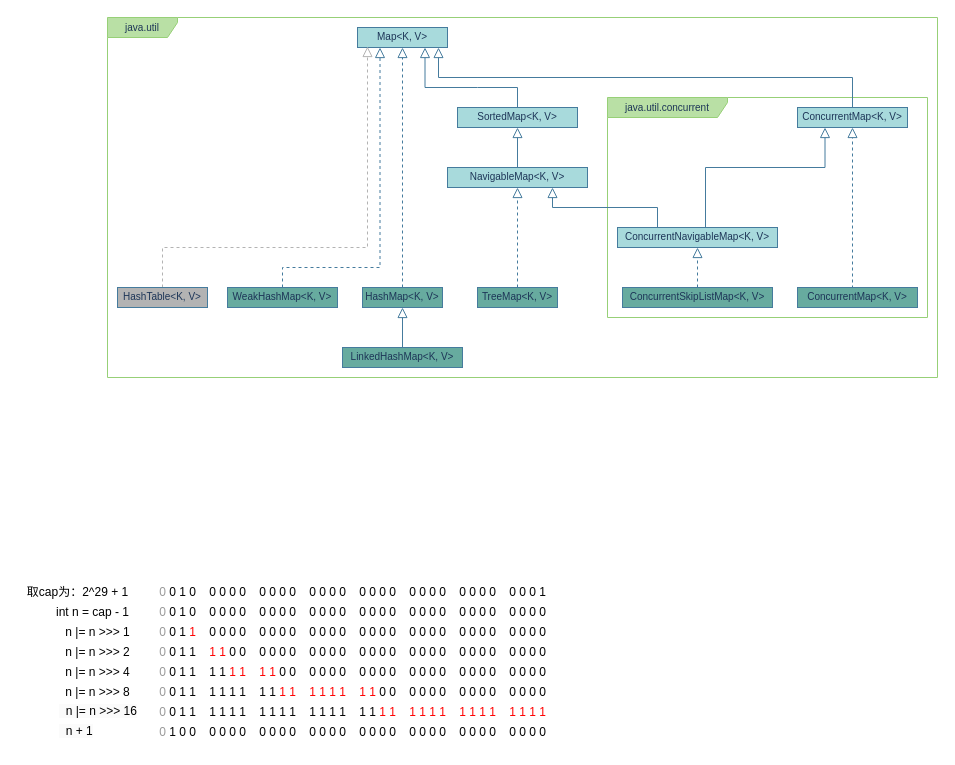
shanhm1991/shanhm1991.github.io keeps this draw.io diagram as page "Map" (2 of 2) of drawio/collection.drawio. Above is the earlier version. Source tidied: cells renumbered, new cells numbered last; positions are measured from the earlier drawing's top-left corner, leaving out a move shared by most shapes. Both pictures are drawn from the tidied source at 100%, with x=0, y=0 at pixel (17, 17).
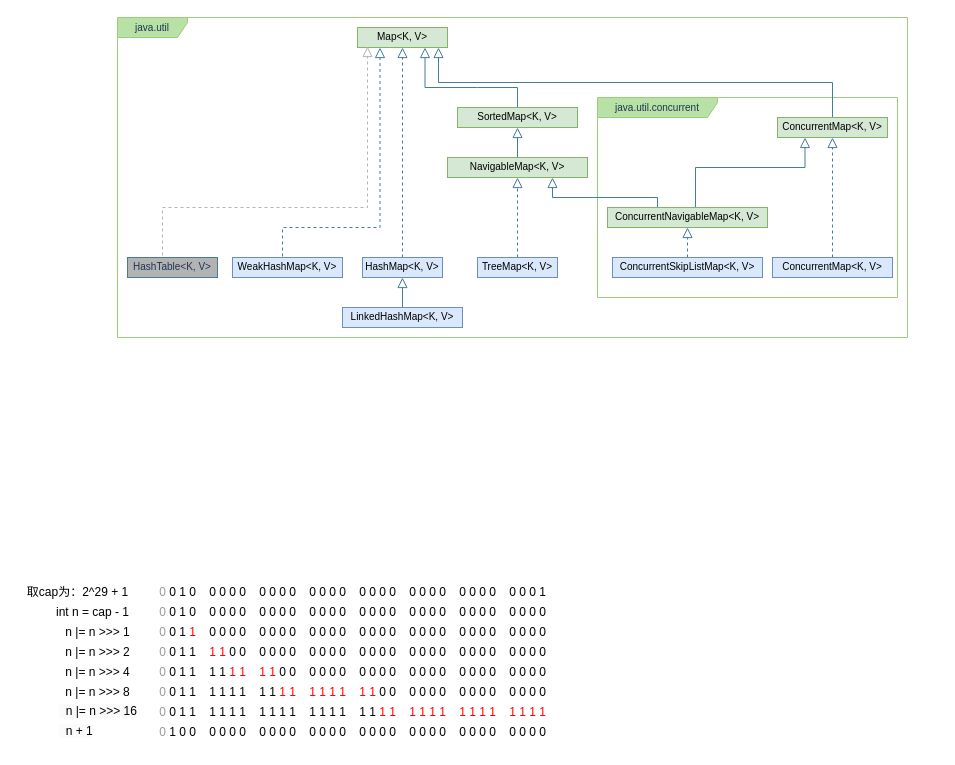
The same page after the edit.

Diff of the diagram source:
```diff
@@
     <mxCell id="2" value="java.util" style="shape=umlFrame;whiteSpace=wrap;html=1;rounded=0;sketch=0;fontColor=#1D3557;align=center;width=70;height=20;fillColor=#B9E0A5;strokeColor=#97D077;fontSize=10;fontStyle=0;" parent="1" vertex="1">
-      <mxGeometry x="90" width="830" height="360" as="geometry" />
+      <mxGeometry x="100" width="790" height="320" as="geometry" />
     </mxCell>
     <mxCell id="3" value="java.util.concurrent" style="shape=umlFrame;whiteSpace=wrap;html=1;rounded=0;sketch=0;fontColor=#1D3557;align=center;width=120;height=20;fillColor=#B9E0A5;strokeColor=#97D077;fontSize=10;fontStyle=0;" parent="1" vertex="1">
-      <mxGeometry x="590" y="80" width="320" height="220" as="geometry" />
+      <mxGeometry x="580" y="80" width="300" height="200" as="geometry" />
     </mxCell>
@@
-    <mxCell id="5" value="&lt;p style=&quot;margin: 4px 0px 0px; font-size: 10px;&quot;&gt;&lt;span style=&quot;font-size: 10px;&quot;&gt;HashMap&amp;lt;K, V&amp;gt;&lt;/span&gt;&lt;/p&gt;" style="verticalAlign=middle;align=center;overflow=fill;fontSize=10;fontFamily=Helvetica;html=1;strokeColor=#457B9D;fontColor=#1D3557;fillColor=#67AB9F;fontStyle=0;" parent="1" vertex="1">
-      <mxGeometry x="345" y="270" width="80" height="20" as="geometry" />
+    <mxCell id="5" value="&lt;p style=&quot;margin: 4px 0px 0px; font-size: 10px;&quot;&gt;&lt;span style=&quot;font-size: 10px;&quot;&gt;HashMap&amp;lt;K, V&amp;gt;&lt;/span&gt;&lt;/p&gt;" style="verticalAlign=middle;align=center;overflow=fill;fontSize=10;fontFamily=Helvetica;html=1;strokeColor=#6c8ebf;fillColor=#dae8fc;fontStyle=0;" parent="1" vertex="1">
+      <mxGeometry x="345" y="240" width="80" height="20" as="geometry" />
     </mxCell>
-    <mxCell id="6" value="&lt;p style=&quot;margin: 4px 0px 0px; font-size: 10px;&quot;&gt;&lt;span style=&quot;font-size: 10px;&quot;&gt;Map&amp;lt;K, V&amp;gt;&lt;/span&gt;&lt;/p&gt;" style="verticalAlign=middle;align=center;overflow=fill;fontSize=10;fontFamily=Helvetica;html=1;fillColor=#A8DADC;strokeColor=#457B9D;fontColor=#1D3557;fontStyle=0;" parent="1" vertex="1">
+    <mxCell id="6" value="&lt;p style=&quot;margin: 4px 0px 0px; font-size: 10px;&quot;&gt;&lt;span style=&quot;font-size: 10px;&quot;&gt;Map&amp;lt;K, V&amp;gt;&lt;/span&gt;&lt;/p&gt;" style="verticalAlign=middle;align=center;overflow=fill;fontSize=10;fontFamily=Helvetica;html=1;fillColor=#d5e8d4;strokeColor=#82b366;fontStyle=0;" parent="1" vertex="1">
       <mxGeometry x="340" y="10" width="90" height="20" as="geometry" />
     </mxCell>
@@
-    <mxCell id="8" value="&lt;p style=&quot;margin: 4px 0px 0px; font-size: 10px;&quot;&gt;&lt;span style=&quot;font-size: 10px;&quot;&gt;SortedMap&amp;lt;K, V&amp;gt;&lt;/span&gt;&lt;/p&gt;" style="verticalAlign=middle;align=center;overflow=fill;fontSize=10;fontFamily=Helvetica;html=1;fillColor=#A8DADC;strokeColor=#457B9D;fontColor=#1D3557;fontStyle=0;" parent="1" vertex="1">
+    <mxCell id="8" value="&lt;p style=&quot;margin: 4px 0px 0px; font-size: 10px;&quot;&gt;&lt;span style=&quot;font-size: 10px;&quot;&gt;SortedMap&amp;lt;K, V&amp;gt;&lt;/span&gt;&lt;/p&gt;" style="verticalAlign=middle;align=center;overflow=fill;fontSize=10;fontFamily=Helvetica;html=1;fillColor=#d5e8d4;strokeColor=#82b366;fontStyle=0;" parent="1" vertex="1">
       <mxGeometry x="440" y="90" width="120" height="20" as="geometry" />
     </mxCell>
@@
-    <mxCell id="10" value="&lt;p style=&quot;margin: 4px 0px 0px; font-size: 10px;&quot;&gt;&lt;span style=&quot;font-size: 10px;&quot;&gt;NavigableMap&amp;lt;K, V&amp;gt;&lt;/span&gt;&lt;/p&gt;" style="verticalAlign=middle;align=center;overflow=fill;fontSize=10;fontFamily=Helvetica;html=1;fillColor=#A8DADC;strokeColor=#457B9D;fontColor=#1D3557;fontStyle=0;" parent="1" vertex="1">
-      <mxGeometry x="430" y="150" width="140" height="20" as="geometry" />
+    <mxCell id="10" value="&lt;p style=&quot;margin: 4px 0px 0px; font-size: 10px;&quot;&gt;&lt;span style=&quot;font-size: 10px;&quot;&gt;NavigableMap&amp;lt;K, V&amp;gt;&lt;/span&gt;&lt;/p&gt;" style="verticalAlign=middle;align=center;overflow=fill;fontSize=10;fontFamily=Helvetica;html=1;fillColor=#d5e8d4;strokeColor=#82b366;fontStyle=0;" parent="1" vertex="1">
+      <mxGeometry x="430" y="140" width="140" height="20" as="geometry" />
     </mxCell>
@@
-    <mxCell id="12" value="&lt;p style=&quot;margin: 4px 0px 0px; font-size: 10px;&quot;&gt;&lt;span style=&quot;font-size: 10px;&quot;&gt;TreeMap&amp;lt;K, V&amp;gt;&lt;/span&gt;&lt;/p&gt;" style="verticalAlign=middle;align=center;overflow=fill;fontSize=10;fontFamily=Helvetica;html=1;strokeColor=#457B9D;fontColor=#1D3557;fillColor=#67AB9F;fontStyle=0;" parent="1" vertex="1">
-      <mxGeometry x="460" y="270" width="80" height="20" as="geometry" />
+    <mxCell id="12" value="&lt;p style=&quot;margin: 4px 0px 0px; font-size: 10px;&quot;&gt;&lt;span style=&quot;font-size: 10px;&quot;&gt;TreeMap&amp;lt;K, V&amp;gt;&lt;/span&gt;&lt;/p&gt;" style="verticalAlign=middle;align=center;overflow=fill;fontSize=10;fontFamily=Helvetica;html=1;strokeColor=#6c8ebf;fillColor=#dae8fc;fontStyle=0;" parent="1" vertex="1">
+      <mxGeometry x="460" y="240" width="80" height="20" as="geometry" />
     </mxCell>
@@
-    <mxCell id="14" value="&lt;p style=&quot;margin: 4px 0px 0px; font-size: 10px;&quot;&gt;&lt;span style=&quot;font-size: 10px;&quot;&gt;LinkedHashMap&amp;lt;K, V&amp;gt;&lt;/span&gt;&lt;/p&gt;" style="verticalAlign=middle;align=center;overflow=fill;fontSize=10;fontFamily=Helvetica;html=1;strokeColor=#457B9D;fontColor=#1D3557;fillColor=#67AB9F;fontStyle=0;" parent="1" vertex="1">
-      <mxGeometry x="325" y="330" width="120" height="20" as="geometry" />
+    <mxCell id="14" value="&lt;p style=&quot;margin: 4px 0px 0px; font-size: 10px;&quot;&gt;&lt;span style=&quot;font-size: 10px;&quot;&gt;LinkedHashMap&amp;lt;K, V&amp;gt;&lt;/span&gt;&lt;/p&gt;" style="verticalAlign=middle;align=center;overflow=fill;fontSize=10;fontFamily=Helvetica;html=1;strokeColor=#6c8ebf;fillColor=#dae8fc;fontStyle=0;" parent="1" vertex="1">
+      <mxGeometry x="325" y="290" width="120" height="20" as="geometry" />
     </mxCell>
     <mxCell id="15" style="edgeStyle=orthogonalEdgeStyle;rounded=0;jettySize=auto;html=1;exitX=0.5;exitY=0;exitDx=0;exitDy=0;entryX=0.25;entryY=1;entryDx=0;entryDy=0;endSize=8;endArrow=block;endFill=0;dashed=1;labelBackgroundColor=#F1FAEE;strokeColor=#457B9D;fontColor=#1D3557;fontSize=10;fontStyle=0;" parent="1" edge="1" source="16" target="6">
       <mxGeometry relative="1" as="geometry">
         <Array as="points">
-          <mxPoint x="265" y="250" />
-          <mxPoint x="363" y="250" />
+          <mxPoint x="265" y="210" />
+          <mxPoint x="363" y="210" />
         </Array>
       </mxGeometry>
     </mxCell>
-    <mxCell id="16" value="&lt;p style=&quot;margin: 4px 0px 0px; font-size: 10px;&quot;&gt;&lt;span style=&quot;font-size: 10px;&quot;&gt;WeakHashMap&amp;lt;K, V&amp;gt;&lt;/span&gt;&lt;/p&gt;" style="verticalAlign=middle;align=center;overflow=fill;fontSize=10;fontFamily=Helvetica;html=1;strokeColor=#457B9D;fontColor=#1D3557;fillColor=#67AB9F;fontStyle=0;" parent="1" vertex="1">
-      <mxGeometry x="210" y="270" width="110" height="20" as="geometry" />
+    <mxCell id="16" value="&lt;p style=&quot;margin: 4px 0px 0px; font-size: 10px;&quot;&gt;&lt;span style=&quot;font-size: 10px;&quot;&gt;WeakHashMap&amp;lt;K, V&amp;gt;&lt;/span&gt;&lt;/p&gt;" style="verticalAlign=middle;align=center;overflow=fill;fontSize=10;fontFamily=Helvetica;html=1;strokeColor=#6c8ebf;fillColor=#dae8fc;fontStyle=0;" parent="1" vertex="1">
+      <mxGeometry x="215" y="240" width="110" height="20" as="geometry" />
     </mxCell>
     <mxCell id="17" style="edgeStyle=orthogonalEdgeStyle;rounded=0;jettySize=auto;html=1;exitX=0.5;exitY=0;exitDx=0;exitDy=0;endArrow=block;endFill=0;endSize=8;dashed=1;entryX=0.111;entryY=0.95;entryDx=0;entryDy=0;entryPerimeter=0;labelBackgroundColor=#F1FAEE;fontColor=#1D3557;strokeColor=#B3B3B3;fontSize=10;fontStyle=0;" parent="1" edge="1" source="18" target="6">
       <mxGeometry relative="1" as="geometry">
         <Array as="points">
-          <mxPoint x="145" y="230" />
-          <mxPoint x="350" y="230" />
+          <mxPoint x="145" y="190" />
+          <mxPoint x="350" y="190" />
         </Array>
       </mxGeometry>
     </mxCell>
     <mxCell id="18" value="&lt;p style=&quot;margin: 4px 0px 0px; font-size: 10px;&quot;&gt;&lt;span style=&quot;font-size: 10px;&quot;&gt;HashTable&amp;lt;K, V&amp;gt;&lt;/span&gt;&lt;/p&gt;" style="verticalAlign=middle;align=center;overflow=fill;fontSize=10;fontFamily=Helvetica;html=1;strokeColor=#457B9D;fontColor=#1D3557;fillColor=#B3B3B3;fontStyle=0;" parent="1" vertex="1">
-      <mxGeometry x="100" y="270" width="90" height="20" as="geometry" />
+      <mxGeometry x="110" y="240" width="90" height="20" as="geometry" />
     </mxCell>
@@
-    <mxCell id="20" value="&lt;p style=&quot;margin: 4px 0px 0px; font-size: 10px;&quot;&gt;&lt;span style=&quot;font-size: 10px;&quot;&gt;ConcurrentMap&amp;lt;K, V&amp;gt;&lt;/span&gt;&lt;/p&gt;" style="verticalAlign=middle;align=center;overflow=fill;fontSize=10;fontFamily=Helvetica;html=1;fillColor=#A8DADC;strokeColor=#457B9D;fontColor=#1D3557;fontStyle=0;" parent="1" vertex="1">
-      <mxGeometry x="780" y="90" width="110" height="20" as="geometry" />
+    <mxCell id="20" value="&lt;p style=&quot;margin: 4px 0px 0px; font-size: 10px;&quot;&gt;&lt;span style=&quot;font-size: 10px;&quot;&gt;ConcurrentMap&amp;lt;K, V&amp;gt;&lt;/span&gt;&lt;/p&gt;" style="verticalAlign=middle;align=center;overflow=fill;fontSize=10;fontFamily=Helvetica;html=1;fillColor=#d5e8d4;strokeColor=#82b366;fontStyle=0;" parent="1" vertex="1">
+      <mxGeometry x="760" y="100" width="110" height="20" as="geometry" />
     </mxCell>
     <mxCell id="21" style="edgeStyle=orthogonalEdgeStyle;rounded=0;sketch=0;jettySize=auto;html=1;exitX=0.25;exitY=0;exitDx=0;exitDy=0;entryX=0.75;entryY=1;entryDx=0;entryDy=0;labelBackgroundColor=#F1FAEE;strokeColor=#457B9D;fontColor=#1D3557;endArrow=block;endFill=0;endSize=8;fontSize=10;fontStyle=0;" parent="1" edge="1" source="23" target="10">
       <mxGeometry relative="1" as="geometry">
         <Array as="points">
-          <mxPoint x="640" y="190" />
-          <mxPoint x="535" y="190" />
+          <mxPoint x="640" y="180" />
+          <mxPoint x="535" y="180" />
         </Array>
       </mxGeometry>
     </mxCell>
     <mxCell id="22" style="edgeStyle=orthogonalEdgeStyle;rounded=0;sketch=0;jettySize=auto;html=1;exitX=0.75;exitY=0;exitDx=0;exitDy=0;entryX=0.25;entryY=1;entryDx=0;entryDy=0;labelBackgroundColor=#F1FAEE;strokeColor=#457B9D;fontColor=#1D3557;endArrow=block;endFill=0;endSize=8;fontSize=10;fontStyle=0;" parent="1" edge="1" source="23" target="20">
       <mxGeometry relative="1" as="geometry">
         <Array as="points">
-          <mxPoint x="688" y="210" />
-          <mxPoint x="688" y="150" />
+          <mxPoint x="710" y="210" />
+          <mxPoint x="678" y="210" />
+          <mxPoint x="678" y="150" />
+          <mxPoint x="788" y="150" />
         </Array>
       </mxGeometry>
     </mxCell>
-    <mxCell id="23" value="&lt;p style=&quot;margin: 4px 0px 0px; font-size: 10px;&quot;&gt;&lt;span style=&quot;font-size: 10px;&quot;&gt;ConcurrentNavigableMap&amp;lt;K, V&amp;gt;&lt;/span&gt;&lt;/p&gt;" style="verticalAlign=middle;align=center;overflow=fill;fontSize=10;fontFamily=Helvetica;html=1;fillColor=#A8DADC;strokeColor=#457B9D;fontColor=#1D3557;fontStyle=0;" parent="1" vertex="1">
-      <mxGeometry x="600" y="210" width="160" height="20" as="geometry" />
+    <mxCell id="23" value="&lt;p style=&quot;margin: 4px 0px 0px; font-size: 10px;&quot;&gt;&lt;span style=&quot;font-size: 10px;&quot;&gt;ConcurrentNavigableMap&amp;lt;K, V&amp;gt;&lt;/span&gt;&lt;/p&gt;" style="verticalAlign=middle;align=center;overflow=fill;fontSize=10;fontFamily=Helvetica;html=1;fillColor=#d5e8d4;strokeColor=#82b366;fontStyle=0;" parent="1" vertex="1">
+      <mxGeometry x="590" y="190" width="160" height="20" as="geometry" />
     </mxCell>
-    <mxCell id="24" style="edgeStyle=orthogonalEdgeStyle;rounded=0;sketch=0;jettySize=auto;html=1;exitX=0.25;exitY=0;exitDx=0;exitDy=0;entryX=0.5;entryY=1;entryDx=0;entryDy=0;endArrow=block;endFill=0;endSize=8;strokeColor=#457B9D;fillColor=#A8DADC;fontColor=#1D3557;dashed=1;fontSize=10;fontStyle=0;" parent="1" edge="1" source="25" target="20">
+    <mxCell id="24" style="edgeStyle=orthogonalEdgeStyle;rounded=0;sketch=0;jettySize=auto;html=1;exitX=0.5;exitY=0;exitDx=0;exitDy=0;entryX=0.5;entryY=1;entryDx=0;entryDy=0;endArrow=block;endFill=0;endSize=8;strokeColor=#457B9D;fillColor=#A8DADC;fontColor=#1D3557;dashed=1;fontSize=10;fontStyle=0;" parent="1" edge="1" source="25" target="20">
       <mxGeometry relative="1" as="geometry">
         <Array as="points">
-          <mxPoint x="835" y="270" />
+          <mxPoint x="815" y="240" />
         </Array>
       </mxGeometry>
     </mxCell>
-    <mxCell id="25" value="&lt;p style=&quot;margin: 4px 0px 0px; font-size: 10px;&quot;&gt;&lt;span style=&quot;font-size: 10px;&quot;&gt;ConcurrentMap&amp;lt;K, V&amp;gt;&lt;/span&gt;&lt;/p&gt;" style="verticalAlign=middle;align=center;overflow=fill;fontSize=10;fontFamily=Helvetica;html=1;strokeColor=#457B9D;fontColor=#1D3557;fillColor=#67AB9F;fontStyle=0;" parent="1" vertex="1">
-      <mxGeometry x="780" y="270" width="120" height="20" as="geometry" />
+    <mxCell id="25" value="&lt;p style=&quot;margin: 4px 0px 0px; font-size: 10px;&quot;&gt;&lt;span style=&quot;font-size: 10px;&quot;&gt;ConcurrentMap&amp;lt;K, V&amp;gt;&lt;/span&gt;&lt;/p&gt;" style="verticalAlign=middle;align=center;overflow=fill;fontSize=10;fontFamily=Helvetica;html=1;strokeColor=#6c8ebf;fillColor=#dae8fc;fontStyle=0;" parent="1" vertex="1">
+      <mxGeometry x="755" y="240" width="120" height="20" as="geometry" />
     </mxCell>
@@
-    <mxCell id="27" value="&lt;p style=&quot;margin: 4px 0px 0px; font-size: 10px;&quot;&gt;&lt;span style=&quot;font-size: 10px;&quot;&gt;ConcurrentSkipListMap&amp;lt;K, V&amp;gt;&lt;/span&gt;&lt;/p&gt;" style="verticalAlign=middle;align=center;overflow=fill;fontSize=10;fontFamily=Helvetica;html=1;strokeColor=#457B9D;fontColor=#1D3557;fillColor=#67AB9F;fontStyle=0;" parent="1" vertex="1">
-      <mxGeometry x="605" y="270" width="150" height="20" as="geometry" />
+    <mxCell id="27" value="&lt;p style=&quot;margin: 4px 0px 0px; font-size: 10px;&quot;&gt;&lt;span style=&quot;font-size: 10px;&quot;&gt;ConcurrentSkipListMap&amp;lt;K, V&amp;gt;&lt;/span&gt;&lt;/p&gt;" style="verticalAlign=middle;align=center;overflow=fill;fontSize=10;fontFamily=Helvetica;html=1;strokeColor=#6c8ebf;fillColor=#dae8fc;fontStyle=0;" parent="1" vertex="1">
+      <mxGeometry x="595" y="240" width="150" height="20" as="geometry" />
     </mxCell>
```
